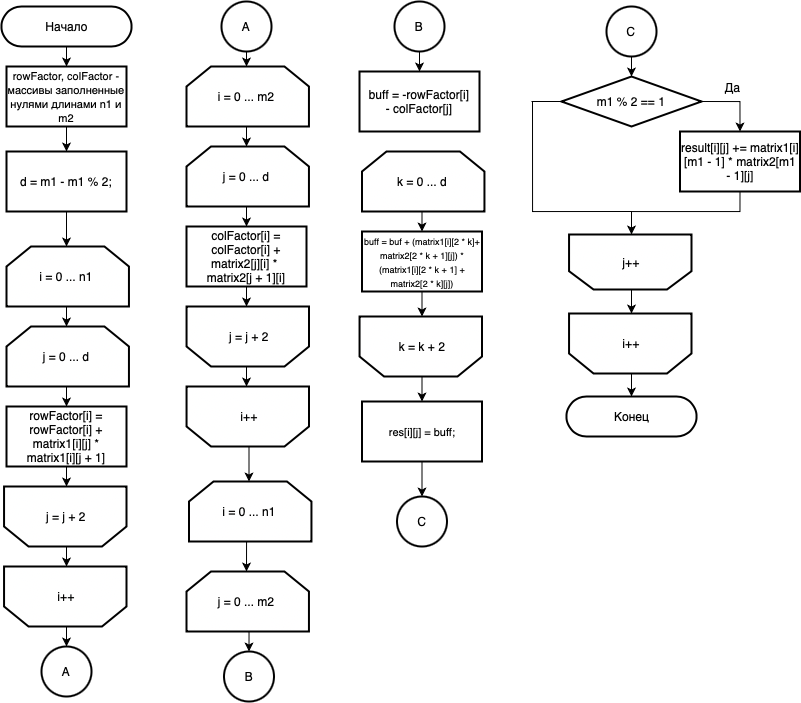
katya-varlamova/5-sem-aa keeps this draw.io diagram as lab_02/report/tex/vinOpt.drawio.png. Above is the earlier version. Source tidied: cells renumbered, new cells last; positions are measured from the earlier drawing's top-left corner, leaving out a move shared by most shapes.
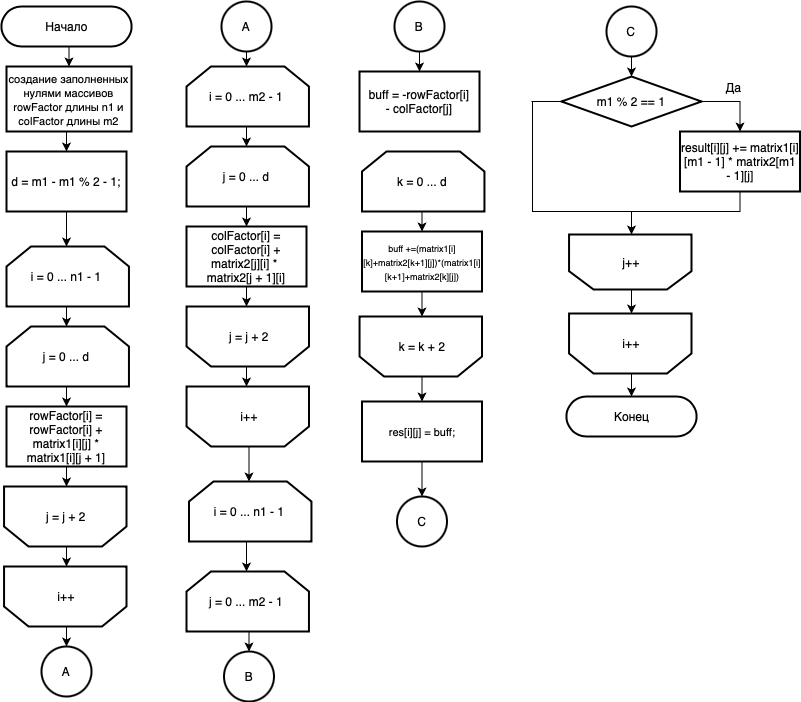
After the commit.

Change to the diagram source:
```diff
@@ -11,8 +11,8 @@
     <mxCell id="4" style="edgeStyle=orthogonalEdgeStyle;rounded=0;jettySize=auto;html=1;exitX=0.5;exitY=1;exitDx=0;exitDy=0;entryX=0.5;entryY=0;entryDx=0;entryDy=0;" parent="1" edge="1" source="5" target="51">
       <mxGeometry relative="1" as="geometry" />
     </mxCell>
-    <mxCell id="5" value="&lt;font style=&quot;font-size: 11px&quot;&gt;rowFactor, colFactor - массивы заполненные нулями длинами n1 и m2&lt;/font&gt;" style="rounded=0;whiteSpace=wrap;html=1;strokeWidth=2;" parent="1" vertex="1">
-      <mxGeometry x="5" y="65" width="120" height="60" as="geometry" />
+    <mxCell id="5" value="&lt;font style=&quot;font-size: 11px&quot;&gt;создание заполненных нулями массивов rowFactor длины n1 и colFactor длины m2&lt;/font&gt;" style="rounded=0;whiteSpace=wrap;html=1;strokeWidth=2;" parent="1" vertex="1">
+      <mxGeometry x="5" y="65" width="125" height="65" as="geometry" />
     </mxCell>
     <mxCell id="6" style="edgeStyle=orthogonalEdgeStyle;rounded=0;orthogonalLoop=1;jettySize=auto;html=1;exitX=0.5;exitY=1;exitDx=0;exitDy=0;exitPerimeter=0;entryX=0.5;entryY=0;entryDx=0;entryDy=0;entryPerimeter=0;" parent="1" edge="1">
       <mxGeometry relative="1" as="geometry">
@@ -92,7 +92,7 @@
     <mxCell id="23" style="edgeStyle=orthogonalEdgeStyle;rounded=0;jettySize=auto;html=1;exitX=0.5;exitY=1;exitDx=0;exitDy=0;entryX=0.5;entryY=1;entryDx=0;entryDy=0;entryPerimeter=0;" parent="1" edge="1" source="24" target="47">
       <mxGeometry relative="1" as="geometry" />
     </mxCell>
-    <mxCell id="24" value="&lt;font style=&quot;font-size: 9px&quot;&gt;buff = buf +&amp;nbsp;&lt;/font&gt;&lt;span style=&quot;font-size: 9px&quot;&gt;(matrix1[i][2 * k]+ matrix2[2 * k + 1][j]) *(matrix1[i][2 * k + 1] + matrix2[2 * k][j])&lt;/span&gt;" style="rounded=0;whiteSpace=wrap;html=1;strokeWidth=2;" parent="1" vertex="1">
+    <mxCell id="24" value="&lt;font style=&quot;font-size: 9px&quot;&gt;buff +=&lt;/font&gt;&lt;span style=&quot;font-size: 9px&quot;&gt;(matrix1[i][k]+matrix2[k+1][j])*(matrix1[i][k+1]+matrix2[k][j])&lt;/span&gt;" style="rounded=0;whiteSpace=wrap;html=1;strokeWidth=2;" parent="1" vertex="1">
       <mxGeometry x="360.5" y="230" width="120" height="60" as="geometry" />
     </mxCell>
     <mxCell id="25" value="C" style="ellipse;whiteSpace=wrap;html=1;strokeWidth=2;" parent="1" vertex="1">
@@ -123,7 +123,7 @@
     <mxCell id="32" value="Конец" style="html=1;dashed=0;whitespace=wrap;shape=mxgraph.dfd.start;strokeWidth=2;" parent="1" vertex="1">
       <mxGeometry x="565" y="395" width="130" height="40" as="geometry" />
     </mxCell>
-    <mxCell id="33" value="i = 0 ... n1" style="strokeWidth=2;html=1;shape=(stored shape, 408 characters);whiteSpace=wrap;rotation=0;direction=east;gradientColor=#ffffff;" parent="1" vertex="1">
+    <mxCell id="33" value="i = 0 ... n1 - 1" style="strokeWidth=2;html=1;shape=(stored shape, 408 characters);whiteSpace=wrap;rotation=0;direction=east;gradientColor=#ffffff;" parent="1" vertex="1">
       <mxGeometry x="5" y="245" width="120" height="60" as="geometry" />
     </mxCell>
     <mxCell id="34" value="j = j + 2" style="strokeWidth=2;html=1;shape=(stored shape, 408 characters);whiteSpace=wrap;rotation=0;direction=west;gradientColor=#ffffff;" parent="1" vertex="1">
@@ -144,7 +144,7 @@
     <mxCell id="39" value="i++" style="strokeWidth=2;html=1;shape=(stored shape, 408 characters);whiteSpace=wrap;rotation=0;direction=west;gradientColor=#ffffff;" parent="1" vertex="1">
       <mxGeometry x="187.5" y="385" width="120" height="60" as="geometry" />
     </mxCell>
-    <mxCell id="40" value="i = 0 ... m2" style="strokeWidth=2;html=1;shape=(stored shape, 408 characters);whiteSpace=wrap;rotation=0;direction=east;gradientColor=#ffffff;" parent="1" vertex="1">
+    <mxCell id="40" value="i = 0 ... m2 - 1" style="strokeWidth=2;html=1;shape=(stored shape, 408 characters);whiteSpace=wrap;rotation=0;direction=east;gradientColor=#ffffff;" parent="1" vertex="1">
       <mxGeometry x="185" y="65" width="120" height="60" as="geometry" />
     </mxCell>
     <mxCell id="41" value="j = 0 ... d" style="strokeWidth=2;html=1;shape=(stored shape, 408 characters);whiteSpace=wrap;rotation=0;direction=east;gradientColor=#ffffff;" parent="1" vertex="1">
@@ -153,13 +153,13 @@
     <mxCell id="42" style="edgeStyle=orthogonalEdgeStyle;rounded=0;jettySize=auto;html=1;exitX=0.5;exitY=1;exitDx=0;exitDy=0;exitPerimeter=0;entryX=0.5;entryY=0;entryDx=0;entryDy=0;entryPerimeter=0;" parent="1" edge="1" source="43" target="45">
       <mxGeometry relative="1" as="geometry" />
     </mxCell>
-    <mxCell id="43" value="i = 0 ... n1" style="strokeWidth=2;html=1;shape=(stored shape, 408 characters);whiteSpace=wrap;rotation=0;direction=east;gradientColor=#ffffff;" parent="1" vertex="1">
+    <mxCell id="43" value="i = 0 ... n1 - 1" style="strokeWidth=2;html=1;shape=(stored shape, 408 characters);whiteSpace=wrap;rotation=0;direction=east;gradientColor=#ffffff;" parent="1" vertex="1">
       <mxGeometry x="187.5" y="480" width="120" height="60" as="geometry" />
     </mxCell>
     <mxCell id="44" style="edgeStyle=orthogonalEdgeStyle;rounded=0;jettySize=auto;html=1;exitX=0.5;exitY=1;exitDx=0;exitDy=0;exitPerimeter=0;entryX=0.5;entryY=0;entryDx=0;entryDy=0;" parent="1" edge="1" source="45" target="15">
       <mxGeometry relative="1" as="geometry" />
     </mxCell>
-    <mxCell id="45" value="j = 0 ... m2" style="strokeWidth=2;html=1;shape=(stored shape, 408 characters);whiteSpace=wrap;rotation=0;direction=east;gradientColor=#ffffff;" parent="1" vertex="1">
+    <mxCell id="45" value="j = 0 ... m2 - 1" style="strokeWidth=2;html=1;shape=(stored shape, 408 characters);whiteSpace=wrap;rotation=0;direction=east;gradientColor=#ffffff;" parent="1" vertex="1">
       <mxGeometry x="185" y="570" width="120" height="60" as="geometry" />
     </mxCell>
     <mxCell id="46" style="edgeStyle=orthogonalEdgeStyle;rounded=0;jettySize=auto;html=1;exitX=0.5;exitY=0;exitDx=0;exitDy=0;exitPerimeter=0;entryX=0.5;entryY=0;entryDx=0;entryDy=0;" parent="1" edge="1" source="47" target="56">
@@ -177,7 +177,7 @@
     <mxCell id="50" style="edgeStyle=orthogonalEdgeStyle;rounded=0;jettySize=auto;html=1;exitX=0.5;exitY=1;exitDx=0;exitDy=0;entryX=0.5;entryY=0;entryDx=0;entryDy=0;entryPerimeter=0;" parent="1" edge="1" source="51" target="33">
       <mxGeometry relative="1" as="geometry" />
     </mxCell>
-    <mxCell id="51" value="&lt;div&gt;d = m1 - m1 % 2;&lt;/div&gt;" style="rounded=0;whiteSpace=wrap;html=1;strokeWidth=2;" parent="1" vertex="1">
+    <mxCell id="51" value="&lt;div&gt;d = m1 - m1 % 2 - 1;&lt;/div&gt;" style="rounded=0;whiteSpace=wrap;html=1;strokeWidth=2;" parent="1" vertex="1">
       <mxGeometry x="5" y="150" width="120" height="60" as="geometry" />
     </mxCell>
     <mxCell id="52" value="buff = -rowFactor[i] -&amp;nbsp;colFactor[j]" style="rounded=0;whiteSpace=wrap;html=1;strokeWidth=2;" parent="1" vertex="1">
```
